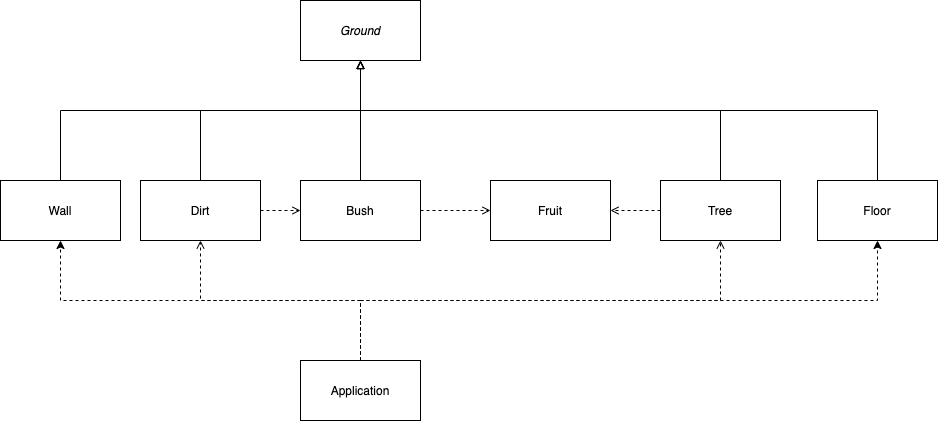
Above: docs/FIT2099_A1_UML_Ground.png in Nochl/Jurrasic_Park_Sim (draw.io), before the change. Source tidied: cells renumbered, new cells last; positions are measured from the earlier drawing's top-left corner, leaving out a move shared by most shapes.
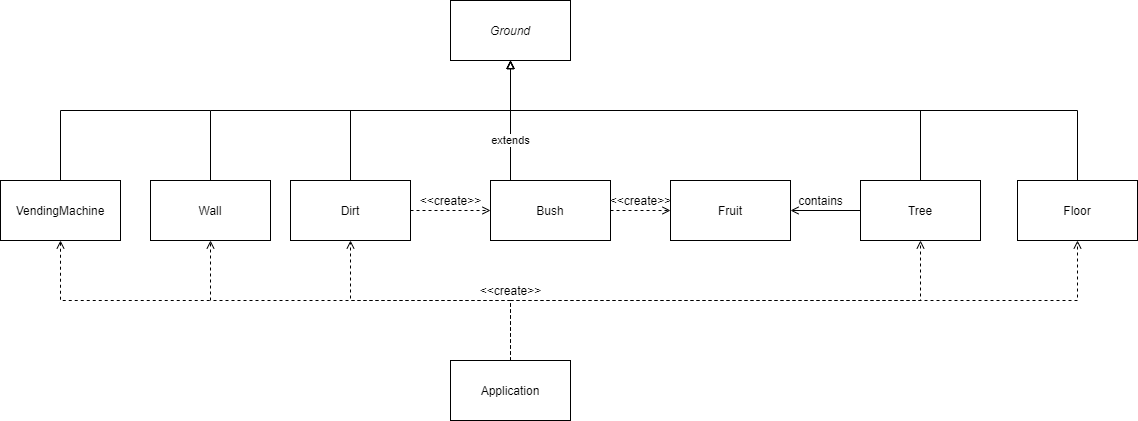
After the commit.

The edit, as a diff of the source:
```diff
@@ -6,7 +6,7 @@
       <mxGeometry relative="1" as="geometry">
         <Array as="points">
           <mxPoint x="360" y="300" />
-          <mxPoint x="720" y="300" />
+          <mxPoint x="770" y="300" />
         </Array>
       </mxGeometry>
     </mxCell>
@@ -21,15 +21,15 @@
     <mxCell id="4" style="edgeStyle=orthogonalEdgeStyle;rounded=0;jettySize=auto;html=1;entryX=0;entryY=0.5;entryDx=0;entryDy=0;dashed=1;endArrow=open;endFill=0;exitX=1;exitY=0.5;exitDx=0;exitDy=0;" parent="1" edge="1" source="12" target="14">
       <mxGeometry relative="1" as="geometry" />
     </mxCell>
-    <mxCell id="5" style="edgeStyle=orthogonalEdgeStyle;rounded=0;jettySize=auto;html=1;entryX=0.5;entryY=1;entryDx=0;entryDy=0;endArrow=classic;endFill=1;dashed=1;" parent="1" edge="1" source="7" target="17">
+    <mxCell id="5" style="edgeStyle=orthogonalEdgeStyle;rounded=0;jettySize=auto;html=1;entryX=0.5;entryY=1;entryDx=0;entryDy=0;endArrow=open;endFill=0;dashed=1;" parent="1" edge="1" source="7" target="17">
       <mxGeometry relative="1" as="geometry">
         <Array as="points">
           <mxPoint x="360" y="300" />
-          <mxPoint x="877" y="300" />
+          <mxPoint x="927" y="300" />
         </Array>
       </mxGeometry>
     </mxCell>
-    <mxCell id="6" style="edgeStyle=orthogonalEdgeStyle;rounded=0;jettySize=auto;html=1;entryX=0.5;entryY=1;entryDx=0;entryDy=0;dashed=1;endArrow=classic;endFill=1;" parent="1" edge="1" source="7" target="19">
+    <mxCell id="6" style="edgeStyle=orthogonalEdgeStyle;rounded=0;jettySize=auto;html=1;entryX=0.5;entryY=1;entryDx=0;entryDy=0;dashed=1;endArrow=open;endFill=0;" parent="1" edge="1" source="7" target="19">
       <mxGeometry relative="1" as="geometry">
         <Array as="points">
           <mxPoint x="360" y="300" />
@@ -43,16 +43,16 @@
     <mxCell id="8" style="edgeStyle=orthogonalEdgeStyle;rounded=0;jettySize=auto;html=1;entryX=0.5;entryY=1;entryDx=0;entryDy=0;endArrow=block;endFill=0;" parent="1" edge="1" source="10" target="15">
       <mxGeometry relative="1" as="geometry">
         <Array as="points">
-          <mxPoint x="720" y="110" />
+          <mxPoint x="770" y="110" />
           <mxPoint x="360" y="110" />
         </Array>
       </mxGeometry>
     </mxCell>
-    <mxCell id="9" style="edgeStyle=orthogonalEdgeStyle;rounded=0;jettySize=auto;html=1;entryX=1;entryY=0.5;entryDx=0;entryDy=0;dashed=1;endArrow=open;endFill=0;" parent="1" edge="1" source="10" target="21">
+    <mxCell id="9" style="edgeStyle=orthogonalEdgeStyle;rounded=0;jettySize=auto;html=1;entryX=1;entryY=0.5;entryDx=0;entryDy=0;endArrow=open;endFill=0;" parent="1" edge="1" source="10" target="21">
       <mxGeometry relative="1" as="geometry" />
     </mxCell>
     <mxCell id="10" value="Tree&lt;br&gt;" style="whiteSpace=wrap;html=1;" parent="1" vertex="1">
-      <mxGeometry x="660" y="180" width="120" height="60" as="geometry" />
+      <mxGeometry x="710" y="180" width="120" height="60" as="geometry" />
     </mxCell>
     <mxCell id="11" style="edgeStyle=orthogonalEdgeStyle;rounded=0;jettySize=auto;html=1;exitX=0.5;exitY=0;exitDx=0;exitDy=0;endArrow=block;endFill=0;" parent="1" edge="1" source="12">
       <mxGeometry relative="1" as="geometry">
@@ -70,7 +70,7 @@
       <mxGeometry relative="1" as="geometry" />
     </mxCell>
     <mxCell id="14" value="Bush" style="whiteSpace=wrap;html=1;" parent="1" vertex="1">
-      <mxGeometry x="300" y="180" width="120" height="60" as="geometry" />
+      <mxGeometry x="340" y="180" width="120" height="60" as="geometry" />
     </mxCell>
     <mxCell id="15" value="&lt;i&gt;Ground&lt;/i&gt;" style="whiteSpace=wrap;html=1;" parent="1" vertex="1">
       <mxGeometry x="300" width="120" height="60" as="geometry" />
@@ -79,13 +79,13 @@
       <mxGeometry relative="1" as="geometry">
         <mxPoint x="360" y="60" as="targetPoint" />
         <Array as="points">
-          <mxPoint x="877" y="110" />
+          <mxPoint x="927" y="110" />
           <mxPoint x="360" y="110" />
         </Array>
       </mxGeometry>
     </mxCell>
     <mxCell id="17" value="Floor" style="whiteSpace=wrap;html=1;" parent="1" vertex="1">
-      <mxGeometry x="817" y="180" width="120" height="60" as="geometry" />
+      <mxGeometry x="867" y="180" width="120" height="60" as="geometry" />
     </mxCell>
     <mxCell id="18" style="edgeStyle=orthogonalEdgeStyle;rounded=0;jettySize=auto;html=1;entryX=0.5;entryY=1;entryDx=0;entryDy=0;endArrow=block;endFill=0;" parent="1" edge="1" source="19" target="15">
       <mxGeometry relative="1" as="geometry">
@@ -98,7 +98,7 @@
     <mxCell id="19" value="Wall" style="whiteSpace=wrap;html=1;" parent="1" vertex="1">
       <mxGeometry y="180" width="120" height="60" as="geometry" />
     </mxCell>
-    <mxCell id="20" style="edgeStyle=orthogonalEdgeStyle;rounded=0;jettySize=auto;html=1;entryX=0.5;entryY=1;entryDx=0;entryDy=0;endArrow=block;endFill=0;exitX=0.5;exitY=0;exitDx=0;exitDy=0;" parent="1" edge="1" source="14" target="15">
+    <mxCell id="20" value="extends" style="edgeStyle=orthogonalEdgeStyle;rounded=0;jettySize=auto;html=1;entryX=0.5;entryY=1;entryDx=0;entryDy=0;endArrow=block;endFill=0;exitX=0.5;exitY=0;exitDx=0;exitDy=0;" parent="1" edge="1" source="14" target="15">
       <mxGeometry relative="1" as="geometry">
         <Array as="points">
           <mxPoint x="360" y="180" />
@@ -107,7 +107,38 @@
       </mxGeometry>
     </mxCell>
     <mxCell id="21" value="Fruit" style="whiteSpace=wrap;html=1;" parent="1" vertex="1">
-      <mxGeometry x="490" y="180" width="120" height="60" as="geometry" />
+      <mxGeometry x="520" y="180" width="120" height="60" as="geometry" />
     </mxCell>
+    <mxCell id="22" value="&amp;lt;&amp;lt;create&amp;gt;&amp;gt;" style="text;html=1;align=center;verticalAlign=middle;strokeColor=none;" parent="1" vertex="1">
+      <mxGeometry x="320" y="280" width="80" height="20" as="geometry" />
+    </mxCell>
+    <mxCell id="23" style="edgeStyle=orthogonalEdgeStyle;rounded=0;jettySize=auto;html=1;exitX=0.5;exitY=0;exitDx=0;exitDy=0;endArrow=none;endFill=0;" parent="1" edge="1" source="25">
+      <mxGeometry relative="1" as="geometry">
+        <mxPoint x="60" y="110" as="targetPoint" />
+        <Array as="points">
+          <mxPoint x="-90" y="110" />
+        </Array>
+      </mxGeometry>
+    </mxCell>
+    <mxCell id="24" style="edgeStyle=orthogonalEdgeStyle;rounded=0;jettySize=auto;html=1;exitX=0.5;exitY=1;exitDx=0;exitDy=0;endArrow=none;endFill=0;dashed=1;startArrow=open;startFill=0;" parent="1" edge="1" source="25">
+      <mxGeometry relative="1" as="geometry">
+        <mxPoint x="60" y="300" as="targetPoint" />
+        <Array as="points">
+          <mxPoint x="-90" y="300" />
+        </Array>
+      </mxGeometry>
+    </mxCell>
+    <mxCell id="25" value="VendingMachine" style="whiteSpace=wrap;html=1;" parent="1" vertex="1">
+      <mxGeometry x="-150" y="180" width="120" height="60" as="geometry" />
+    </mxCell>
+    <mxCell id="26" value="&amp;lt;&amp;lt;create&amp;gt;&amp;gt;" style="text;html=1;align=center;verticalAlign=middle;strokeColor=none;" parent="1" vertex="1">
+      <mxGeometry x="450" y="190" width="80" height="20" as="geometry" />
+    </mxCell>
+    <mxCell id="27" value="contains" style="text;html=1;align=center;verticalAlign=middle;strokeColor=none;" parent="1" vertex="1">
+      <mxGeometry x="640" y="190" width="60" height="20" as="geometry" />
+    </mxCell>
+    <mxCell id="28" value="&amp;lt;&amp;lt;create&amp;gt;&amp;gt;" style="text;html=1;align=center;verticalAlign=middle;strokeColor=none;" parent="1" vertex="1">
+      <mxGeometry x="260" y="190" width="80" height="20" as="geometry" />
+    </mxCell>
   </root>
 </mxGraphModel>
```
